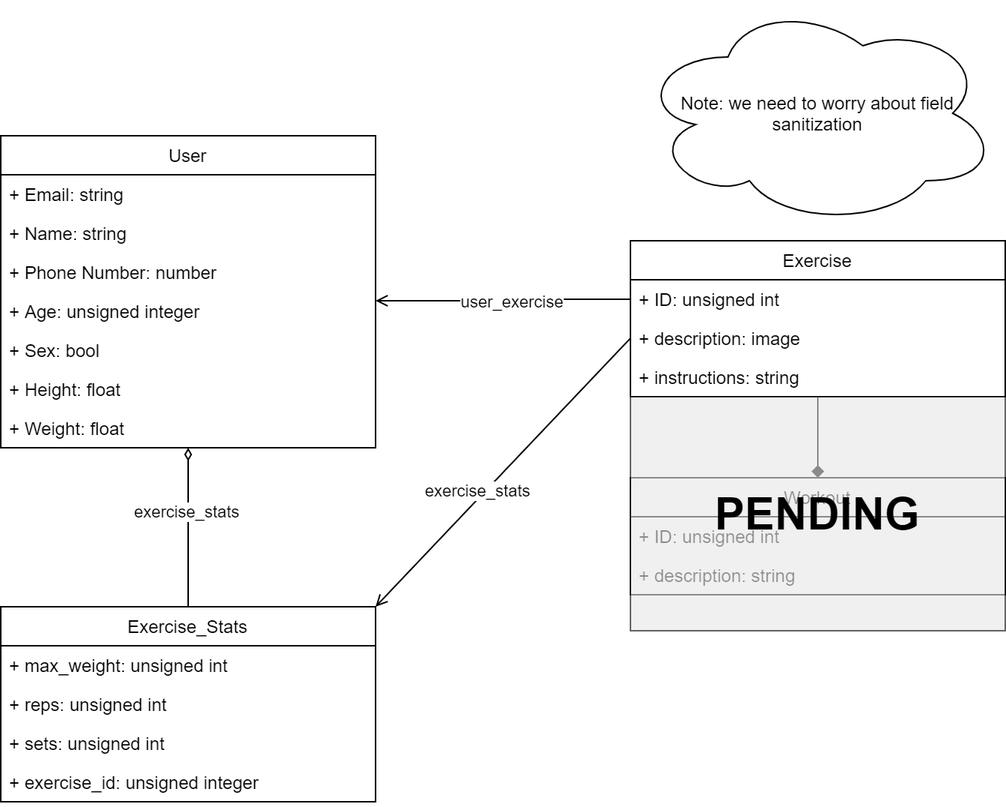
Above: documentation/design/object models.png in rahula00/LiftLog (draw.io), before the change. Source tidied: cells renumbered, new cells last; positions are measured from the earlier drawing's top-left corner, leaving out a move shared by most shapes. Its diagram source:
```xml
<mxGraphModel>
  <root>
    <mxCell id="0" />
    <mxCell id="1" parent="0" />
    <mxCell id="2" style="edgeStyle=orthogonalEdgeStyle;rounded=0;jettySize=auto;html=1;startArrow=diamondThin;startFill=0;endArrow=none;endFill=0;" parent="1" edge="1" source="4" target="23">
      <mxGeometry relative="1" as="geometry" />
    </mxCell>
    <mxCell id="3" value="exercise_stats" style="edgeLabel;html=1;align=center;verticalAlign=middle;" parent="2" vertex="1">
      <mxGeometry x="-0.21" y="-2" relative="1" as="geometry" />
    </mxCell>
    <mxCell id="4" value="User" style="swimlane;fontStyle=0;horizontal=1;startSize=26;fillColor=none;" parent="1" vertex="1">
      <mxGeometry y="90" width="250" height="208" as="geometry" />
    </mxCell>
    <mxCell id="5" value="+ Email: string" style="text;strokeColor=none;fillColor=none;align=left;verticalAlign=top;spacingLeft=4;spacingRight=4;overflow=hidden;" parent="4" vertex="1">
      <mxGeometry y="26" width="250" height="26" as="geometry" />
    </mxCell>
    <mxCell id="6" value="+ Name: string" style="text;strokeColor=none;fillColor=none;align=left;verticalAlign=top;spacingLeft=4;spacingRight=4;overflow=hidden;" parent="4" vertex="1">
      <mxGeometry y="52" width="250" height="26" as="geometry" />
    </mxCell>
    <mxCell id="7" value="+ Phone Number: number" style="text;strokeColor=none;fillColor=none;align=left;verticalAlign=top;spacingLeft=4;spacingRight=4;overflow=hidden;" parent="4" vertex="1">
      <mxGeometry y="78" width="250" height="26" as="geometry" />
    </mxCell>
    <mxCell id="8" value="+ Age: unsigned integer" style="text;strokeColor=none;fillColor=none;align=left;verticalAlign=top;spacingLeft=4;spacingRight=4;overflow=hidden;" parent="4" vertex="1">
      <mxGeometry y="104" width="250" height="26" as="geometry" />
    </mxCell>
    <mxCell id="9" value="+ Sex: bool" style="text;strokeColor=none;fillColor=none;align=left;verticalAlign=top;spacingLeft=4;spacingRight=4;overflow=hidden;" parent="4" vertex="1">
      <mxGeometry y="130" width="250" height="26" as="geometry" />
    </mxCell>
    <mxCell id="10" value="+ Height: float" style="text;strokeColor=none;fillColor=none;align=left;verticalAlign=top;spacingLeft=4;spacingRight=4;overflow=hidden;" parent="4" vertex="1">
      <mxGeometry y="156" width="250" height="26" as="geometry" />
    </mxCell>
    <mxCell id="11" value="+ Weight: float" style="text;strokeColor=none;fillColor=none;align=left;verticalAlign=top;spacingLeft=4;spacingRight=4;overflow=hidden;" parent="4" vertex="1">
      <mxGeometry y="182" width="250" height="26" as="geometry" />
    </mxCell>
    <mxCell id="12" value="Note: we need to worry about field sanitization" style="ellipse;shape=cloud;whiteSpace=wrap;html=1;" parent="1" vertex="1">
      <mxGeometry x="425" width="240" height="150" as="geometry" />
    </mxCell>
    <mxCell id="13" style="edgeStyle=orthogonalEdgeStyle;rounded=0;jettySize=auto;html=1;exitX=0;exitY=0.5;exitDx=0;exitDy=0;entryX=1;entryY=0.5;entryDx=0;entryDy=0;startArrow=none;startFill=0;endArrow=open;endFill=0;" parent="1" edge="1" source="17">
      <mxGeometry relative="1" as="geometry">
        <mxPoint x="250" y="200" as="targetPoint" />
      </mxGeometry>
    </mxCell>
    <mxCell id="14" value="user_exercise" style="edgeLabel;html=1;align=center;verticalAlign=middle;" parent="13" vertex="1">
      <mxGeometry x="0.29" y="-1" relative="1" as="geometry">
        <mxPoint x="29" y="1" as="offset" />
      </mxGeometry>
    </mxCell>
    <mxCell id="15" style="edgeStyle=orthogonalEdgeStyle;rounded=0;jettySize=auto;html=1;startArrow=none;startFill=0;endArrow=diamond;endFill=1;" parent="1" edge="1" source="16" target="20">
      <mxGeometry relative="1" as="geometry" />
    </mxCell>
    <mxCell id="16" value="Exercise" style="swimlane;fontStyle=0;horizontal=1;startSize=26;fillColor=none;" parent="1" vertex="1">
      <mxGeometry x="420" y="160" width="250" height="104" as="geometry" />
    </mxCell>
    <mxCell id="17" value="+ ID: unsigned int " style="text;strokeColor=none;fillColor=none;align=left;verticalAlign=top;spacingLeft=4;spacingRight=4;overflow=hidden;points=[[0,0.5],[1,0.5]];portConstraint=eastwest;" parent="16" vertex="1">
      <mxGeometry y="26" width="250" height="26" as="geometry" />
    </mxCell>
    <mxCell id="18" value="+ description: image " style="text;strokeColor=none;fillColor=none;align=left;verticalAlign=top;spacingLeft=4;spacingRight=4;overflow=hidden;points=[[0,0.5],[1,0.5]];portConstraint=eastwest;" parent="16" vertex="1">
      <mxGeometry y="52" width="250" height="26" as="geometry" />
    </mxCell>
    <mxCell id="19" value="+ instructions: string " style="text;strokeColor=none;fillColor=none;align=left;verticalAlign=top;spacingLeft=4;spacingRight=4;overflow=hidden;" parent="16" vertex="1">
      <mxGeometry y="78" width="250" height="26" as="geometry" />
    </mxCell>
    <mxCell id="20" value="Workout" style="swimlane;fontStyle=0;horizontal=1;startSize=26;fillColor=none;" parent="1" vertex="1">
      <mxGeometry x="420" y="318" width="250" height="78" as="geometry" />
    </mxCell>
    <mxCell id="21" value="+ ID: unsigned int " style="text;strokeColor=none;fillColor=none;align=left;verticalAlign=top;spacingLeft=4;spacingRight=4;overflow=hidden;" parent="20" vertex="1">
      <mxGeometry y="26" width="250" height="26" as="geometry" />
    </mxCell>
    <mxCell id="22" value="+ description: string " style="text;strokeColor=none;fillColor=none;align=left;verticalAlign=top;spacingLeft=4;spacingRight=4;overflow=hidden;" parent="20" vertex="1">
      <mxGeometry y="52" width="250" height="26" as="geometry" />
    </mxCell>
    <mxCell id="23" value="Exercise_Stats" style="swimlane;fontStyle=0;horizontal=1;startSize=26;fillColor=none;" parent="1" vertex="1">
      <mxGeometry y="404" width="250" height="130" as="geometry" />
    </mxCell>
    <mxCell id="24" value="+ max_weight: unsigned int" style="text;strokeColor=none;fillColor=none;align=left;verticalAlign=top;spacingLeft=4;spacingRight=4;overflow=hidden;" parent="23" vertex="1">
      <mxGeometry y="26" width="250" height="26" as="geometry" />
    </mxCell>
    <mxCell id="25" value="+ reps: unsigned int" style="text;strokeColor=none;fillColor=none;align=left;verticalAlign=top;spacingLeft=4;spacingRight=4;overflow=hidden;" parent="23" vertex="1">
      <mxGeometry y="52" width="250" height="26" as="geometry" />
    </mxCell>
    <mxCell id="26" value="+ sets: unsigned int" style="text;strokeColor=none;fillColor=none;align=left;verticalAlign=top;spacingLeft=4;spacingRight=4;overflow=hidden;" parent="23" vertex="1">
      <mxGeometry y="78" width="250" height="26" as="geometry" />
    </mxCell>
    <mxCell id="27" value="+ exercise_id: unsigned integer" style="text;strokeColor=none;fillColor=none;align=left;verticalAlign=top;spacingLeft=4;spacingRight=4;overflow=hidden;" parent="23" vertex="1">
      <mxGeometry y="104" width="250" height="26" as="geometry" />
    </mxCell>
    <mxCell id="28" style="rounded=0;jettySize=auto;html=1;exitX=0;exitY=0.5;exitDx=0;exitDy=0;entryX=1;entryY=0;entryDx=0;entryDy=0;startArrow=none;startFill=0;endArrow=open;endFill=0;" parent="1" edge="1" source="18" target="23">
      <mxGeometry relative="1" as="geometry" />
    </mxCell>
    <mxCell id="29" value="exercise_stats" style="edgeLabel;html=1;align=center;verticalAlign=middle;" parent="28" vertex="1">
      <mxGeometry x="0.17" y="-4" relative="1" as="geometry" />
    </mxCell>
    <mxCell id="30" value="&lt;b&gt;&lt;font style=&quot;font-size: 30px&quot;&gt;PENDING&lt;/font&gt;&lt;/b&gt;" style="rounded=0;whiteSpace=wrap;html=1;fillColor=#E6E6E6;opacity=60;" parent="1" vertex="1">
      <mxGeometry x="420" y="264" width="250" height="156" as="geometry" />
    </mxCell>
  </root>
</mxGraphModel>
```
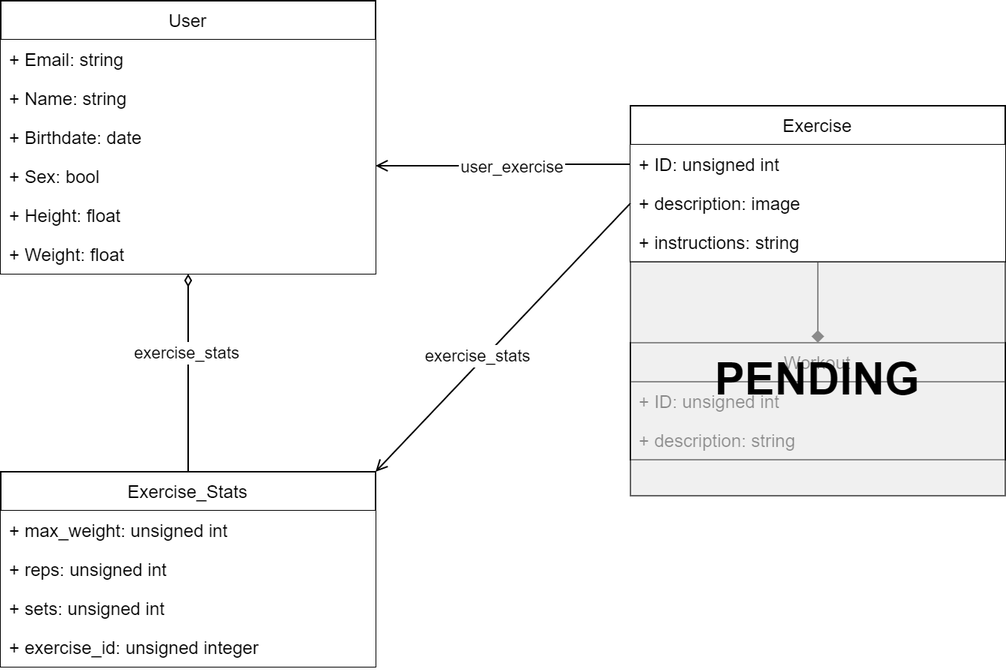
After the change.

Commit message:
Design user profile page

Diff of the diagram source:
```diff
@@ -5,42 +5,36 @@
     <mxCell id="2" style="edgeStyle=orthogonalEdgeStyle;rounded=0;jettySize=auto;html=1;startArrow=diamondThin;startFill=0;endArrow=none;endFill=0;" parent="1" edge="1" source="4" target="23">
       <mxGeometry relative="1" as="geometry" />
     </mxCell>
-    <mxCell id="3" value="exercise_stats" style="edgeLabel;html=1;align=center;verticalAlign=middle;" parent="2" vertex="1">
+    <mxCell id="3" value="exercise_stats" style="edgeLabel;html=1;align=center;verticalAlign=middle;labelBorderColor=#FFFFFF;labelBackgroundColor=#ffffff;" parent="2" vertex="1">
       <mxGeometry x="-0.21" y="-2" relative="1" as="geometry" />
     </mxCell>
-    <mxCell id="4" value="User" style="swimlane;fontStyle=0;horizontal=1;startSize=26;fillColor=none;" parent="1" vertex="1">
-      <mxGeometry y="90" width="250" height="208" as="geometry" />
+    <mxCell id="4" value="User" style="swimlane;fontStyle=0;horizontal=1;startSize=26;" parent="1" vertex="1">
+      <mxGeometry y="90" width="250" height="182" as="geometry" />
     </mxCell>
-    <mxCell id="5" value="+ Email: string" style="text;strokeColor=none;fillColor=none;align=left;verticalAlign=top;spacingLeft=4;spacingRight=4;overflow=hidden;" parent="4" vertex="1">
+    <mxCell id="5" value="+ Email: string" style="text;strokeColor=none;align=left;verticalAlign=top;spacingLeft=4;spacingRight=4;overflow=hidden;fillColor=#ffffff;" parent="4" vertex="1">
       <mxGeometry y="26" width="250" height="26" as="geometry" />
     </mxCell>
-    <mxCell id="6" value="+ Name: string" style="text;strokeColor=none;fillColor=none;align=left;verticalAlign=top;spacingLeft=4;spacingRight=4;overflow=hidden;" parent="4" vertex="1">
+    <mxCell id="6" value="+ Name: string" style="text;strokeColor=none;align=left;verticalAlign=top;spacingLeft=4;spacingRight=4;overflow=hidden;fillColor=#ffffff;" parent="4" vertex="1">
       <mxGeometry y="52" width="250" height="26" as="geometry" />
     </mxCell>
-    <mxCell id="7" value="+ Phone Number: number" style="text;strokeColor=none;fillColor=none;align=left;verticalAlign=top;spacingLeft=4;spacingRight=4;overflow=hidden;" parent="4" vertex="1">
-      <mxGeometry y="78" width="250" height="26" as="geometry" />
-    </mxCell>
-    <mxCell id="8" value="+ Age: unsigned integer" style="text;strokeColor=none;fillColor=none;align=left;verticalAlign=top;spacingLeft=4;spacingRight=4;overflow=hidden;" parent="4" vertex="1">
-      <mxGeometry y="104" width="250" height="26" as="geometry" />
+    <mxCell id="8" value="+ Birthdate: date" style="text;strokeColor=none;align=left;verticalAlign=top;spacingLeft=4;spacingRight=4;overflow=hidden;fillColor=#ffffff;" parent="4" vertex="1">
+      <mxGeometry y="78" width="250" height="26" as="geometry" />
     </mxCell>
-    <mxCell id="9" value="+ Sex: bool" style="text;strokeColor=none;fillColor=none;align=left;verticalAlign=top;spacingLeft=4;spacingRight=4;overflow=hidden;" parent="4" vertex="1">
-      <mxGeometry y="130" width="250" height="26" as="geometry" />
+    <mxCell id="9" value="+ Sex: bool" style="text;strokeColor=none;align=left;verticalAlign=top;spacingLeft=4;spacingRight=4;overflow=hidden;fillColor=#ffffff;" parent="4" vertex="1">
+      <mxGeometry y="104" width="250" height="26" as="geometry" />
     </mxCell>
-    <mxCell id="10" value="+ Height: float" style="text;strokeColor=none;fillColor=none;align=left;verticalAlign=top;spacingLeft=4;spacingRight=4;overflow=hidden;" parent="4" vertex="1">
-      <mxGeometry y="156" width="250" height="26" as="geometry" />
+    <mxCell id="10" value="+ Height: float" style="text;strokeColor=none;align=left;verticalAlign=top;spacingLeft=4;spacingRight=4;overflow=hidden;fillColor=#ffffff;" parent="4" vertex="1">
+      <mxGeometry y="130" width="250" height="26" as="geometry" />
     </mxCell>
-    <mxCell id="11" value="+ Weight: float" style="text;strokeColor=none;fillColor=none;align=left;verticalAlign=top;spacingLeft=4;spacingRight=4;overflow=hidden;" parent="4" vertex="1">
-      <mxGeometry y="182" width="250" height="26" as="geometry" />
+    <mxCell id="11" value="+ Weight: float" style="text;strokeColor=none;align=left;verticalAlign=top;spacingLeft=4;spacingRight=4;overflow=hidden;fillColor=#ffffff;" parent="4" vertex="1">
+      <mxGeometry y="156" width="250" height="26" as="geometry" />
     </mxCell>
-    <mxCell id="12" value="Note: we need to worry about field sanitization" style="ellipse;shape=cloud;whiteSpace=wrap;html=1;" parent="1" vertex="1">
-      <mxGeometry x="425" width="240" height="150" as="geometry" />
-    </mxCell>
     <mxCell id="13" style="edgeStyle=orthogonalEdgeStyle;rounded=0;jettySize=auto;html=1;exitX=0;exitY=0.5;exitDx=0;exitDy=0;entryX=1;entryY=0.5;entryDx=0;entryDy=0;startArrow=none;startFill=0;endArrow=open;endFill=0;" parent="1" edge="1" source="17">
       <mxGeometry relative="1" as="geometry">
         <mxPoint x="250" y="200" as="targetPoint" />
       </mxGeometry>
     </mxCell>
-    <mxCell id="14" value="user_exercise" style="edgeLabel;html=1;align=center;verticalAlign=middle;" parent="13" vertex="1">
+    <mxCell id="14" value="user_exercise" style="edgeLabel;html=1;align=center;verticalAlign=middle;labelBorderColor=#FFFFFF;labelBackgroundColor=#ffffff;" parent="13" vertex="1">
       <mxGeometry x="0.29" y="-1" relative="1" as="geometry">
         <mxPoint x="29" y="1" as="offset" />
       </mxGeometry>
@@ -48,16 +42,16 @@
     <mxCell id="15" style="edgeStyle=orthogonalEdgeStyle;rounded=0;jettySize=auto;html=1;startArrow=none;startFill=0;endArrow=diamond;endFill=1;" parent="1" edge="1" source="16" target="20">
       <mxGeometry relative="1" as="geometry" />
     </mxCell>
-    <mxCell id="16" value="Exercise" style="swimlane;fontStyle=0;horizontal=1;startSize=26;fillColor=none;" parent="1" vertex="1">
+    <mxCell id="16" value="Exercise" style="swimlane;fontStyle=0;horizontal=1;startSize=26;" parent="1" vertex="1">
       <mxGeometry x="420" y="160" width="250" height="104" as="geometry" />
     </mxCell>
-    <mxCell id="17" value="+ ID: unsigned int " style="text;strokeColor=none;fillColor=none;align=left;verticalAlign=top;spacingLeft=4;spacingRight=4;overflow=hidden;points=[[0,0.5],[1,0.5]];portConstraint=eastwest;" parent="16" vertex="1">
+    <mxCell id="17" value="+ ID: unsigned int " style="text;strokeColor=none;align=left;verticalAlign=top;spacingLeft=4;spacingRight=4;overflow=hidden;points=[[0,0.5],[1,0.5]];portConstraint=eastwest;fillColor=#ffffff;" parent="16" vertex="1">
       <mxGeometry y="26" width="250" height="26" as="geometry" />
     </mxCell>
-    <mxCell id="18" value="+ description: image " style="text;strokeColor=none;fillColor=none;align=left;verticalAlign=top;spacingLeft=4;spacingRight=4;overflow=hidden;points=[[0,0.5],[1,0.5]];portConstraint=eastwest;" parent="16" vertex="1">
+    <mxCell id="18" value="+ description: image " style="text;strokeColor=none;align=left;verticalAlign=top;spacingLeft=4;spacingRight=4;overflow=hidden;points=[[0,0.5],[1,0.5]];portConstraint=eastwest;fillColor=#ffffff;" parent="16" vertex="1">
       <mxGeometry y="52" width="250" height="26" as="geometry" />
     </mxCell>
-    <mxCell id="19" value="+ instructions: string " style="text;strokeColor=none;fillColor=none;align=left;verticalAlign=top;spacingLeft=4;spacingRight=4;overflow=hidden;" parent="16" vertex="1">
+    <mxCell id="19" value="+ instructions: string " style="text;strokeColor=none;align=left;verticalAlign=top;spacingLeft=4;spacingRight=4;overflow=hidden;fillColor=#ffffff;" parent="16" vertex="1">
       <mxGeometry y="78" width="250" height="26" as="geometry" />
     </mxCell>
     <mxCell id="20" value="Workout" style="swimlane;fontStyle=0;horizontal=1;startSize=26;fillColor=none;" parent="1" vertex="1">
@@ -69,25 +63,25 @@
     <mxCell id="22" value="+ description: string " style="text;strokeColor=none;fillColor=none;align=left;verticalAlign=top;spacingLeft=4;spacingRight=4;overflow=hidden;" parent="20" vertex="1">
       <mxGeometry y="52" width="250" height="26" as="geometry" />
     </mxCell>
-    <mxCell id="23" value="Exercise_Stats" style="swimlane;fontStyle=0;horizontal=1;startSize=26;fillColor=none;" parent="1" vertex="1">
+    <mxCell id="23" value="Exercise_Stats" style="swimlane;fontStyle=0;horizontal=1;startSize=26;" parent="1" vertex="1">
       <mxGeometry y="404" width="250" height="130" as="geometry" />
     </mxCell>
-    <mxCell id="24" value="+ max_weight: unsigned int" style="text;strokeColor=none;fillColor=none;align=left;verticalAlign=top;spacingLeft=4;spacingRight=4;overflow=hidden;" parent="23" vertex="1">
+    <mxCell id="24" value="+ max_weight: unsigned int" style="text;strokeColor=none;align=left;verticalAlign=top;spacingLeft=4;spacingRight=4;overflow=hidden;fillColor=#ffffff;" parent="23" vertex="1">
       <mxGeometry y="26" width="250" height="26" as="geometry" />
     </mxCell>
-    <mxCell id="25" value="+ reps: unsigned int" style="text;strokeColor=none;fillColor=none;align=left;verticalAlign=top;spacingLeft=4;spacingRight=4;overflow=hidden;" parent="23" vertex="1">
+    <mxCell id="25" value="+ reps: unsigned int" style="text;strokeColor=none;align=left;verticalAlign=top;spacingLeft=4;spacingRight=4;overflow=hidden;fillColor=#ffffff;" parent="23" vertex="1">
       <mxGeometry y="52" width="250" height="26" as="geometry" />
     </mxCell>
-    <mxCell id="26" value="+ sets: unsigned int" style="text;strokeColor=none;fillColor=none;align=left;verticalAlign=top;spacingLeft=4;spacingRight=4;overflow=hidden;" parent="23" vertex="1">
+    <mxCell id="26" value="+ sets: unsigned int" style="text;strokeColor=none;align=left;verticalAlign=top;spacingLeft=4;spacingRight=4;overflow=hidden;fillColor=#ffffff;" parent="23" vertex="1">
       <mxGeometry y="78" width="250" height="26" as="geometry" />
     </mxCell>
-    <mxCell id="27" value="+ exercise_id: unsigned integer" style="text;strokeColor=none;fillColor=none;align=left;verticalAlign=top;spacingLeft=4;spacingRight=4;overflow=hidden;" parent="23" vertex="1">
+    <mxCell id="27" value="+ exercise_id: unsigned integer" style="text;strokeColor=none;align=left;verticalAlign=top;spacingLeft=4;spacingRight=4;overflow=hidden;fillColor=#ffffff;" parent="23" vertex="1">
       <mxGeometry y="104" width="250" height="26" as="geometry" />
     </mxCell>
     <mxCell id="28" style="rounded=0;jettySize=auto;html=1;exitX=0;exitY=0.5;exitDx=0;exitDy=0;entryX=1;entryY=0;entryDx=0;entryDy=0;startArrow=none;startFill=0;endArrow=open;endFill=0;" parent="1" edge="1" source="18" target="23">
       <mxGeometry relative="1" as="geometry" />
     </mxCell>
-    <mxCell id="29" value="exercise_stats" style="edgeLabel;html=1;align=center;verticalAlign=middle;" parent="28" vertex="1">
+    <mxCell id="29" value="exercise_stats" style="edgeLabel;html=1;align=center;verticalAlign=middle;labelBorderColor=#FFFFFF;labelBackgroundColor=#ffffff;" parent="28" vertex="1">
       <mxGeometry x="0.17" y="-4" relative="1" as="geometry" />
     </mxCell>
     <mxCell id="30" value="&lt;b&gt;&lt;font style=&quot;font-size: 30px&quot;&gt;PENDING&lt;/font&gt;&lt;/b&gt;" style="rounded=0;whiteSpace=wrap;html=1;fillColor=#E6E6E6;opacity=60;" parent="1" vertex="1">
```
